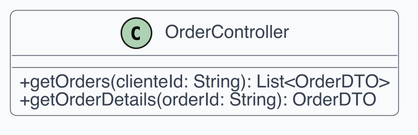
Earlier version of the PlantUML export src/PB/Documentazione Esterna/Contenuti/componenti_specifiche_tecniche/assets/uml_backend/04_ordercontroller.png (swenightpro/Documentazione). Source of this version:
```plantuml
@startuml
skinparam dpi 300
skinparam shadowing false
skinparam backgroundColor White
skinparam defaultFontName Helvetica
skinparam defaultFontSize 12
skinparam ArrowColor #4B5563
skinparam ArrowThickness 1
skinparam roundcorner 8
skinparam class {
  BackgroundColor #F9FAFB
  BorderColor #4B5563
  FontColor #111827
  AttributeFontColor #374151
  StereotypeFontColor #6B7280
}
skinparam classAttributeIconSize 0
class OrderController {
  +getOrders(clienteId: String): List<OrderDTO>
  +getOrderDetails(orderId: String): OrderDTO
}
@enduml
```
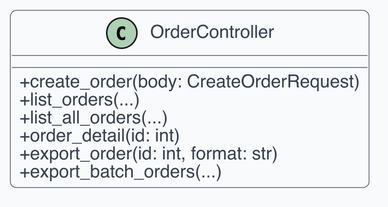
Above is the later version.

Change to the diagram source:
```diff
@@ -15,8 +15,13 @@
   StereotypeFontColor #6B7280
 }
 skinparam classAttributeIconSize 0
-class OrderController {
-  +getOrders(clienteId: String): List<OrderDTO>
-  +getOrderDetails(orderId: String): OrderDTO
+
+class "OrderController" as C1 {
+  + create_order(body: CreateOrderRequest)
+  + list_orders(...)
+  + list_all_orders(...)
+  + order_detail(id: int)
+  + export_order(id: int, format: str)
+  + export_batch_orders(...)
 }
 @enduml
```
